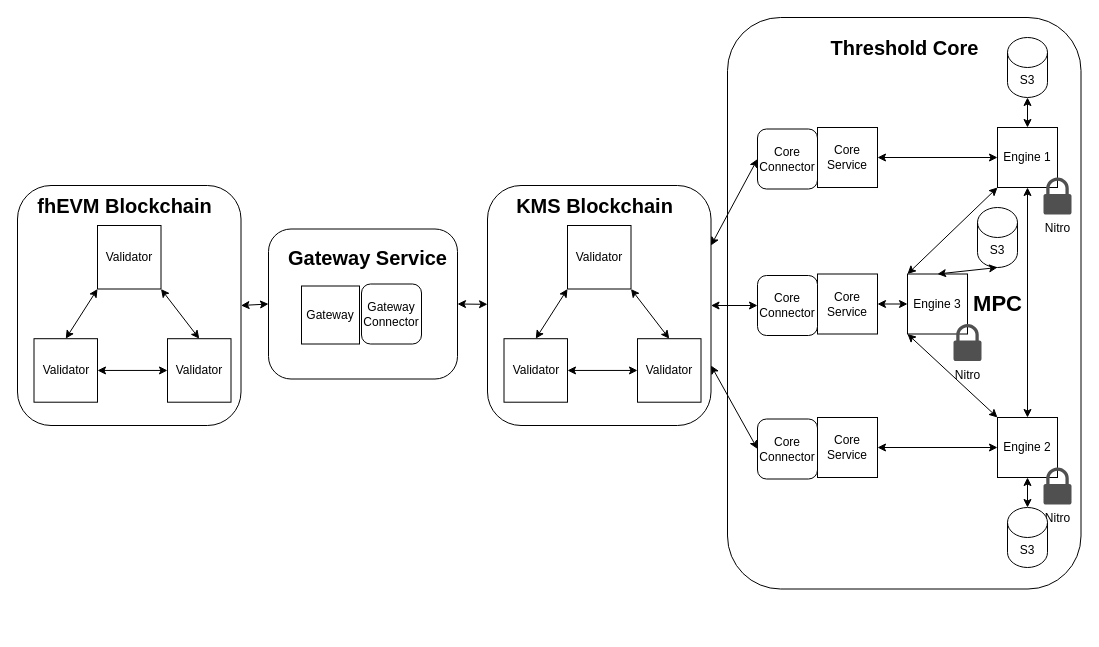
The draw.io diagram threshold.drawio in zama-ai/fhevm, before the edit. Source tidied: cells renumbered, new cells numbered last; positions are measured from the earlier drawing's top-left corner, leaving out a move shared by most shapes. Both pictures are drawn from the tidied source at 100%, with x=0, y=0 at pixel (17, 17).
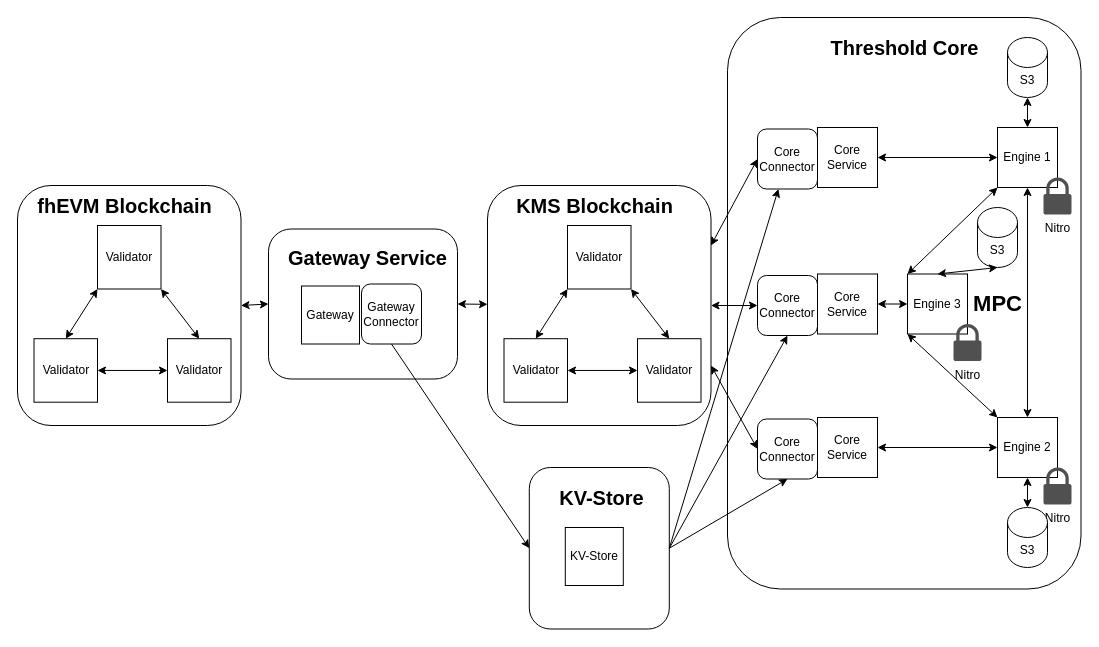
After the change.

Commit message (it also covers changes not shown here):
Added kv store to pics

The change refers to these unchanged cells:
```xml
<mxCell id="27" value="Core Connector" style="rounded=1;whiteSpace=wrap;html=1;" parent="1" vertex="1">
  <mxGeometry x="740" y="111.5" width="60" height="60" as="geometry" />
</mxCell>
<mxCell id="28" value="Core Connector" style="rounded=1;whiteSpace=wrap;html=1;" parent="1" vertex="1">
  <mxGeometry x="740" y="258" width="60" height="60" as="geometry" />
</mxCell>
<mxCell id="29" value="Core Connector" style="rounded=1;whiteSpace=wrap;html=1;" parent="1" vertex="1">
  <mxGeometry x="740" y="401.5" width="60" height="60" as="geometry" />
</mxCell>
<mxCell id="41" value="Gateway Connector" style="rounded=1;whiteSpace=wrap;html=1;" parent="1" vertex="1">
  <mxGeometry x="344" y="266.5" width="60" height="60" as="geometry" />
</mxCell>
```

Diff of the diagram source:
```diff
@@
+    <mxCell id="54" value="&lt;font style=&quot;font-size: 20px;&quot;&gt;&lt;b&gt;KMS blockchain&lt;/b&gt;&lt;/font&gt;" style="rounded=1;whiteSpace=wrap;html=1;fontColor=none;noLabel=1;labelBackgroundColor=none;" parent="1" vertex="1">
+      <mxGeometry x="511.8" y="450" width="140" height="161.5" as="geometry" />
+    </mxCell>
+    <mxCell id="55" value="&lt;font style=&quot;font-size: 20px;&quot;&gt;&lt;b&gt;KV-Store&lt;/b&gt;&lt;/font&gt;" style="text;html=1;align=center;verticalAlign=middle;strokeColor=none;fillColor=none;" parent="1" vertex="1">
+      <mxGeometry x="528.5" y="460" width="110" height="40" as="geometry" />
+    </mxCell>
+    <mxCell id="56" value="KV-Store" style="whiteSpace=wrap;html=1;" parent="1" vertex="1">
+      <mxGeometry x="547.8" y="510" width="58" height="58" as="geometry" />
+    </mxCell>
+    <mxCell id="57" style="endArrow=classic;startArrow=none;html=1;rounded=0;exitX=0.5;exitY=1;exitDx=0;exitDy=0;entryX=0;entryY=0.5;entryDx=0;entryDy=0;startFill=0;" parent="1" edge="1" source="41" target="54">
+      <mxGeometry relative="1" as="geometry" />
+    </mxCell>
+    <mxCell id="58" style="endArrow=none;startArrow=classic;html=1;rounded=0;exitX=0.5;exitY=1;exitDx=0;exitDy=0;entryX=1;entryY=0.5;entryDx=0;entryDy=0;endFill=0;" parent="1" edge="1" source="29" target="54">
+      <mxGeometry relative="1" as="geometry" />
+    </mxCell>
+    <mxCell id="59" style="endArrow=none;startArrow=classic;html=1;rounded=0;exitX=0.5;exitY=1;exitDx=0;exitDy=0;entryX=1;entryY=0.5;entryDx=0;entryDy=0;endFill=0;" parent="1" edge="1" source="28" target="54">
+      <mxGeometry relative="1" as="geometry" />
+    </mxCell>
+    <mxCell id="60" style="endArrow=none;startArrow=classic;html=1;rounded=0;entryX=1;entryY=0.5;entryDx=0;entryDy=0;endFill=0;" parent="1" edge="1" source="27" target="54">
+      <mxGeometry relative="1" as="geometry" />
+    </mxCell>
```
